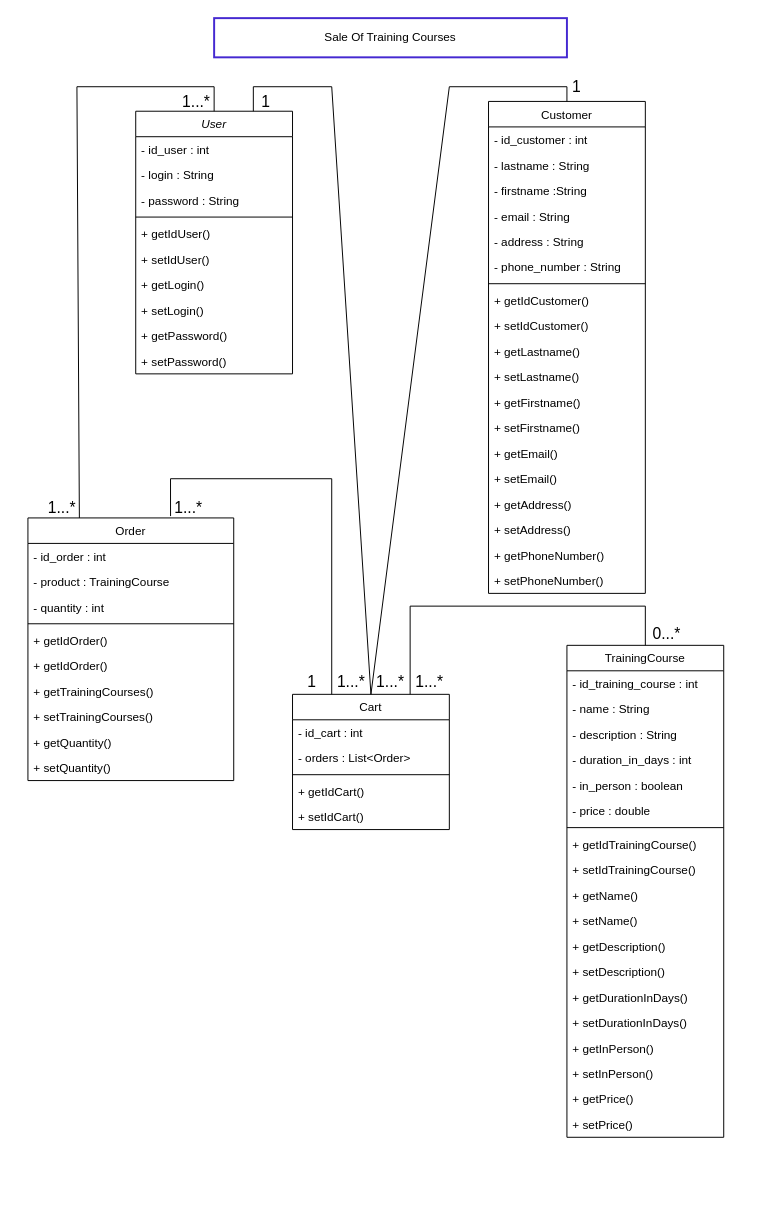
Above: doc/class_diagram/SaleOfTrainingCourse_ClassDiagram.drawio in sediatlearning-cmyk/SaleOfTrainingCourses (draw.io), before the change. Source tidied: cells renumbered, new cells numbered last; positions are measured from the earlier drawing's top-left corner, leaving out a move shared by most shapes. Both pictures are drawn from the tidied source at 98%, with x=0, y=0 at pixel (27, 18).
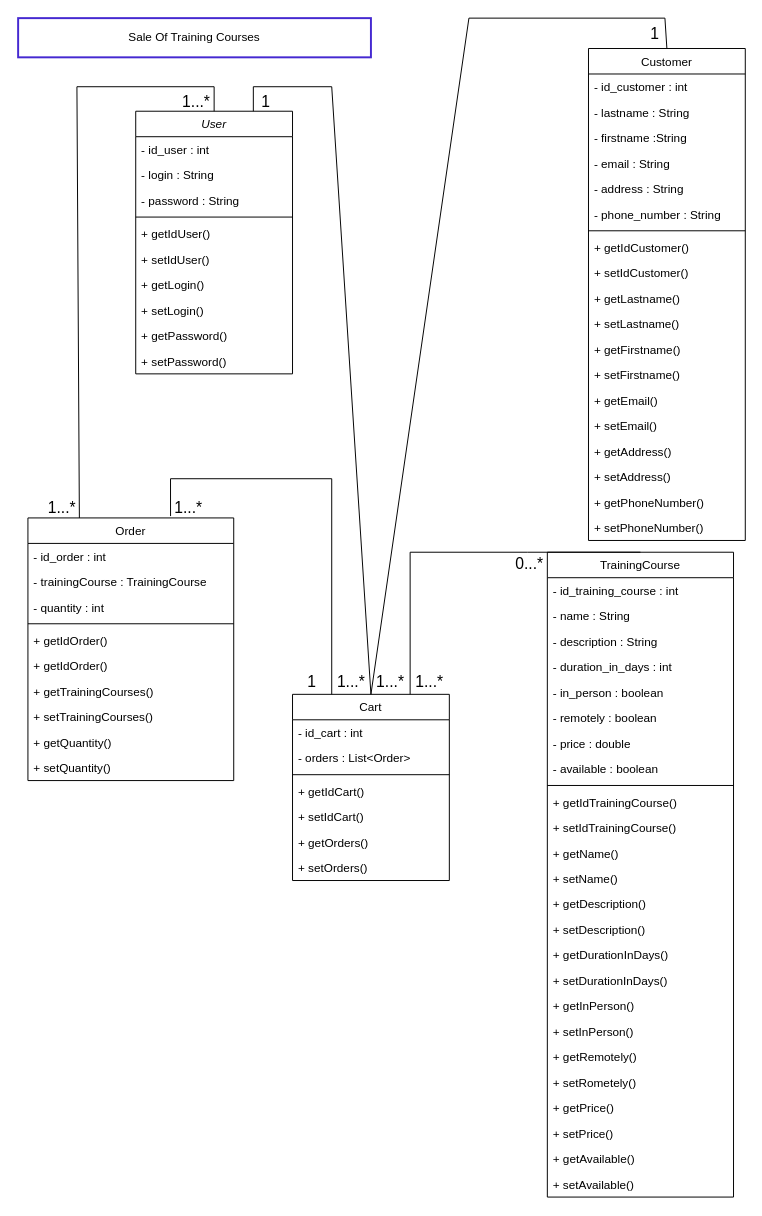
After the change.

Commit message:
Updated class diagram

added available field in trainingCourse

Unchanged cells that the change refers to:
```xml
<mxCell id="59" value="Order" style="swimlane;fontStyle=0;align=center;verticalAlign=top;horizontal=1;startSize=26;rounded=0;shadow=0;strokeWidth=1;" parent="1" vertex="1">
  <mxGeometry y="510" width="210" height="268" as="geometry" />
</mxCell>
```

What changed in the source:
```diff
@@
     <mxCell id="13" value="TrainingCourse" style="swimlane;fontStyle=0;align=center;verticalAlign=top;horizontal=1;startSize=26;rounded=0;shadow=0;strokeWidth=1;" parent="1" vertex="1">
-      <mxGeometry x="550" y="640" width="160" height="502" as="geometry" />
+      <mxGeometry x="530" y="545" width="190" height="658" as="geometry" />
     </mxCell>
     <mxCell id="14" value="- id_training_course : int" style="text;align=left;verticalAlign=top;spacingLeft=4;spacingRight=4;overflow=hidden;" parent="13" vertex="1">
-      <mxGeometry y="26" width="160" height="26" as="geometry" />
+      <mxGeometry y="26" width="190" height="26" as="geometry" />
     </mxCell>
     <mxCell id="15" value="- name : String" style="text;align=left;verticalAlign=top;spacingLeft=4;spacingRight=4;overflow=hidden;" parent="13" vertex="1">
-      <mxGeometry y="52" width="160" height="26" as="geometry" />
+      <mxGeometry y="52" width="190" height="26" as="geometry" />
     </mxCell>
     <mxCell id="16" value="- description : String" style="text;align=left;verticalAlign=top;spacingLeft=4;spacingRight=4;overflow=hidden;rounded=0;shadow=0;html=0;" parent="13" vertex="1">
-      <mxGeometry y="78" width="160" height="26" as="geometry" />
+      <mxGeometry y="78" width="190" height="26" as="geometry" />
     </mxCell>
     <mxCell id="17" value="- duration_in_days : int" style="text;align=left;verticalAlign=top;spacingLeft=4;spacingRight=4;overflow=hidden;rounded=0;shadow=0;html=0;" parent="13" vertex="1">
-      <mxGeometry y="104" width="160" height="26" as="geometry" />
+      <mxGeometry y="104" width="190" height="26" as="geometry" />
     </mxCell>
     <mxCell id="18" value="- in_person : boolean" style="text;align=left;verticalAlign=top;spacingLeft=4;spacingRight=4;overflow=hidden;rounded=0;shadow=0;html=0;" parent="13" vertex="1">
-      <mxGeometry y="130" width="160" height="26" as="geometry" />
+      <mxGeometry y="130" width="190" height="26" as="geometry" />
     </mxCell>
+    <mxCell id="86" value="- remotely : boolean" style="text;align=left;verticalAlign=top;spacingLeft=4;spacingRight=4;overflow=hidden;rounded=0;shadow=0;html=0;" parent="13" vertex="1">
+      <mxGeometry y="156" width="190" height="26" as="geometry" />
+    </mxCell>
     <mxCell id="19" value="- price : double" style="text;align=left;verticalAlign=top;spacingLeft=4;spacingRight=4;overflow=hidden;rounded=0;shadow=0;html=0;" parent="13" vertex="1">
-      <mxGeometry y="156" width="160" height="26" as="geometry" />
+      <mxGeometry y="182" width="190" height="26" as="geometry" />
     </mxCell>
+    <mxCell id="87" value="- available : boolean" style="text;align=left;verticalAlign=top;spacingLeft=4;spacingRight=4;overflow=hidden;rounded=0;shadow=0;html=0;" parent="13" vertex="1">
+      <mxGeometry y="208" width="190" height="26" as="geometry" />
+    </mxCell>
     <mxCell id="20" style="line;html=1;strokeWidth=1;align=left;verticalAlign=middle;spacingTop=-1;spacingLeft=3;spacingRight=3;labelPosition=right;" parent="13" vertex="1">
-      <mxGeometry y="182" width="160" height="8" as="geometry" />
+      <mxGeometry y="234" width="190" height="8" as="geometry" />
     </mxCell>
     <mxCell id="21" value="+ getIdTrainingCourse()" style="text;align=left;verticalAlign=top;spacingLeft=4;spacingRight=4;overflow=hidden;" parent="13" vertex="1">
-      <mxGeometry y="190" width="160" height="26" as="geometry" />
+      <mxGeometry y="242" width="190" height="26" as="geometry" />
     </mxCell>
     <mxCell id="22" value="+ setIdTrainingCourse()" style="text;align=left;verticalAlign=top;spacingLeft=4;spacingRight=4;overflow=hidden;" parent="13" vertex="1">
-      <mxGeometry y="216" width="160" height="26" as="geometry" />
+      <mxGeometry y="268" width="190" height="26" as="geometry" />
     </mxCell>
     <mxCell id="23" value="+ getName()" style="text;align=left;verticalAlign=top;spacingLeft=4;spacingRight=4;overflow=hidden;" parent="13" vertex="1">
-      <mxGeometry y="242" width="160" height="26" as="geometry" />
+      <mxGeometry y="294" width="190" height="26" as="geometry" />
     </mxCell>
     <mxCell id="24" value="+ setName()" style="text;align=left;verticalAlign=top;spacingLeft=4;spacingRight=4;overflow=hidden;" parent="13" vertex="1">
-      <mxGeometry y="268" width="160" height="26" as="geometry" />
+      <mxGeometry y="320" width="190" height="26" as="geometry" />
     </mxCell>
     <mxCell id="25" value="+ getDescription()" style="text;align=left;verticalAlign=top;spacingLeft=4;spacingRight=4;overflow=hidden;" parent="13" vertex="1">
-      <mxGeometry y="294" width="160" height="26" as="geometry" />
+      <mxGeometry y="346" width="190" height="26" as="geometry" />
     </mxCell>
     <mxCell id="26" value="+ setDescription()" style="text;align=left;verticalAlign=top;spacingLeft=4;spacingRight=4;overflow=hidden;" parent="13" vertex="1">
-      <mxGeometry y="320" width="160" height="26" as="geometry" />
+      <mxGeometry y="372" width="190" height="26" as="geometry" />
     </mxCell>
     <mxCell id="27" value="+ getDurationInDays()" style="text;align=left;verticalAlign=top;spacingLeft=4;spacingRight=4;overflow=hidden;" parent="13" vertex="1">
-      <mxGeometry y="346" width="160" height="26" as="geometry" />
+      <mxGeometry y="398" width="190" height="26" as="geometry" />
     </mxCell>
     <mxCell id="28" value="+ setDurationInDays()" style="text;align=left;verticalAlign=top;spacingLeft=4;spacingRight=4;overflow=hidden;" parent="13" vertex="1">
-      <mxGeometry y="372" width="160" height="26" as="geometry" />
+      <mxGeometry y="424" width="190" height="26" as="geometry" />
     </mxCell>
     <mxCell id="29" value="+ getInPerson()" style="text;align=left;verticalAlign=top;spacingLeft=4;spacingRight=4;overflow=hidden;" parent="13" vertex="1">
-      <mxGeometry y="398" width="160" height="26" as="geometry" />
+      <mxGeometry y="450" width="190" height="26" as="geometry" />
     </mxCell>
     <mxCell id="30" value="+ setInPerson()" style="text;align=left;verticalAlign=top;spacingLeft=4;spacingRight=4;overflow=hidden;" parent="13" vertex="1">
-      <mxGeometry y="424" width="160" height="26" as="geometry" />
+      <mxGeometry y="476" width="190" height="26" as="geometry" />
     </mxCell>
+    <mxCell id="88" value="+ getRemotely()" style="text;align=left;verticalAlign=top;spacingLeft=4;spacingRight=4;overflow=hidden;" parent="13" vertex="1">
+      <mxGeometry y="502" width="190" height="26" as="geometry" />
+    </mxCell>
+    <mxCell id="89" value="+ setRometely()" style="text;align=left;verticalAlign=top;spacingLeft=4;spacingRight=4;overflow=hidden;" parent="13" vertex="1">
+      <mxGeometry y="528" width="190" height="26" as="geometry" />
+    </mxCell>
     <mxCell id="31" value="+ getPrice()" style="text;align=left;verticalAlign=top;spacingLeft=4;spacingRight=4;overflow=hidden;" parent="13" vertex="1">
-      <mxGeometry y="450" width="160" height="26" as="geometry" />
+      <mxGeometry y="554" width="190" height="26" as="geometry" />
     </mxCell>
     <mxCell id="32" value="+ setPrice()" style="text;align=left;verticalAlign=top;spacingLeft=4;spacingRight=4;overflow=hidden;" parent="13" vertex="1">
-      <mxGeometry y="476" width="160" height="26" as="geometry" />
+      <mxGeometry y="580" width="190" height="26" as="geometry" />
     </mxCell>
+    <mxCell id="90" value="+ getAvailable()" style="text;align=left;verticalAlign=top;spacingLeft=4;spacingRight=4;overflow=hidden;" parent="13" vertex="1">
+      <mxGeometry y="606" width="190" height="26" as="geometry" />
+    </mxCell>
+    <mxCell id="91" value="+ setAvailable()" style="text;align=left;verticalAlign=top;spacingLeft=4;spacingRight=4;overflow=hidden;" parent="13" vertex="1">
+      <mxGeometry y="632" width="190" height="26" as="geometry" />
+    </mxCell>
     <mxCell id="33" value="Cart" style="swimlane;fontStyle=0;align=center;verticalAlign=top;horizontal=1;startSize=26;rounded=0;shadow=0;strokeWidth=1;" parent="1" vertex="1">
-      <mxGeometry x="270" y="690" width="160" height="138" as="geometry" />
+      <mxGeometry x="270" y="690" width="160" height="190" as="geometry" />
     </mxCell>
@@
+    <mxCell id="92" value="+ getOrders()" style="text;align=left;verticalAlign=top;spacingLeft=4;spacingRight=4;overflow=hidden;" parent="33" vertex="1">
+      <mxGeometry y="138" width="160" height="26" as="geometry" />
+    </mxCell>
+    <mxCell id="93" value="+ setOrders()" style="text;align=left;verticalAlign=top;spacingLeft=4;spacingRight=4;overflow=hidden;" parent="33" vertex="1">
+      <mxGeometry y="164" width="160" height="26" as="geometry" />
+    </mxCell>
     <mxCell id="39" value="Customer" style="swimlane;fontStyle=0;align=center;verticalAlign=top;horizontal=1;startSize=26;rounded=0;shadow=0;strokeWidth=1;" parent="1" vertex="1">
-      <mxGeometry x="470" y="85" width="160" height="502" as="geometry" />
+      <mxGeometry x="572" y="31" width="160" height="502" as="geometry" />
     </mxCell>
@@
-    <mxCell id="61" value="- product : TrainingCourse" style="text;align=left;verticalAlign=top;spacingLeft=4;spacingRight=4;overflow=hidden;" parent="59" vertex="1">
+    <mxCell id="61" value="- trainingCourse : TrainingCourse" style="text;align=left;verticalAlign=top;spacingLeft=4;spacingRight=4;overflow=hidden;" parent="59" vertex="1">
       <mxGeometry y="52" width="210" height="26" as="geometry" />
     </mxCell>
@@
     <mxCell id="71" style="endArrow=none;html=1;rounded=0;entryX=0.5;entryY=0;entryDx=0;entryDy=0;exitX=0.5;exitY=0;exitDx=0;exitDy=0;" parent="1" edge="1" source="33" target="39">
       <mxGeometry relative="1" as="geometry">
         <Array as="points">
-          <mxPoint x="430" y="70" />
-          <mxPoint x="550" y="70" />
+          <mxPoint x="450" />
+          <mxPoint x="650" />
         </Array>
       </mxGeometry>
     </mxCell>
     <mxCell id="72" style="endArrow=none;html=1;rounded=0;entryX=0.5;entryY=0;entryDx=0;entryDy=0;exitX=0.75;exitY=0;exitDx=0;exitDy=0;" parent="1" edge="1" source="33" target="13">
       <mxGeometry relative="1" as="geometry">
         <Array as="points">
-          <mxPoint x="390" y="600" />
-          <mxPoint x="630" y="600" />
+          <mxPoint x="390" y="545" />
+          <mxPoint x="510" y="545" />
         </Array>
       </mxGeometry>
     </mxCell>
     <mxCell id="73" value="Sale Of Training Courses" style="rounded=0;whiteSpace=wrap;html=1;strokeWidth=2;strokeColor=light-dark(#4529d1, #ededed);" parent="1" vertex="1">
-      <mxGeometry x="190" width="360" height="40" as="geometry" />
+      <mxGeometry x="-10" width="360" height="40" as="geometry" />
     </mxCell>
@@
     <mxCell id="82" value="1" style="text;html=1;whiteSpace=wrap;strokeColor=none;fillColor=none;align=center;verticalAlign=middle;rounded=0;fontSize=16;" parent="1" vertex="1">
-      <mxGeometry x="530" y="55" width="60" height="30" as="geometry" />
+      <mxGeometry x="610" y="1" width="60" height="30" as="geometry" />
     </mxCell>
@@
     <mxCell id="85" value="0...*" style="text;html=1;whiteSpace=wrap;strokeColor=none;fillColor=none;align=center;verticalAlign=middle;rounded=0;fontSize=16;" parent="1" vertex="1">
-      <mxGeometry x="622" y="613" width="60" height="30" as="geometry" />
+      <mxGeometry x="482" y="542" width="60" height="30" as="geometry" />
     </mxCell>
```
